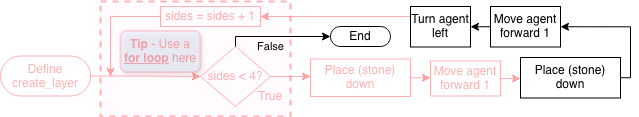
Above: tutorials/python-islands/island-7/tower_builder/images/flowchart-landscape-function_3.png in CausewayDigital/Minecraft-EE-MakeCode (draw.io), before the change. Source tidied: cells renumbered, new cells last; positions are measured from the earlier drawing's top-left corner, leaving out a move shared by most shapes.
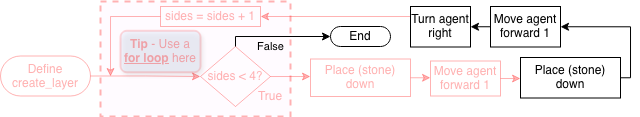
Later version of the same file.

Commit message:
Correction flowcharts, island 7 tower builder function turn direction

What changed in the source:
```diff
@@ -63,7 +63,7 @@
         </Array>
       </mxGeometry>
     </mxCell>
-    <mxCell id="17" value="Turn agent left" style="rounded=0;whiteSpace=wrap;html=1;strokeColor=light-dark(#000000, #ededed);" parent="1" vertex="1">
+    <mxCell id="17" value="Turn agent right" style="rounded=0;whiteSpace=wrap;html=1;strokeColor=light-dark(#000000, #ededed);" parent="1" vertex="1">
       <mxGeometry x="410" y="5" width="60" height="40.5" as="geometry" />
     </mxCell>
     <mxCell id="18" style="edgeStyle=orthogonalEdgeStyle;rounded=0;jettySize=auto;html=1;exitX=1;exitY=0.5;exitDx=0;exitDy=0;exitPerimeter=0;entryX=0;entryY=0.5;entryDx=0;entryDy=0;fontColor=#FF0000;textOpacity=30;strokeColor=#FF0000;opacity=30;" parent="1" edge="1" source="19" target="4">
```
